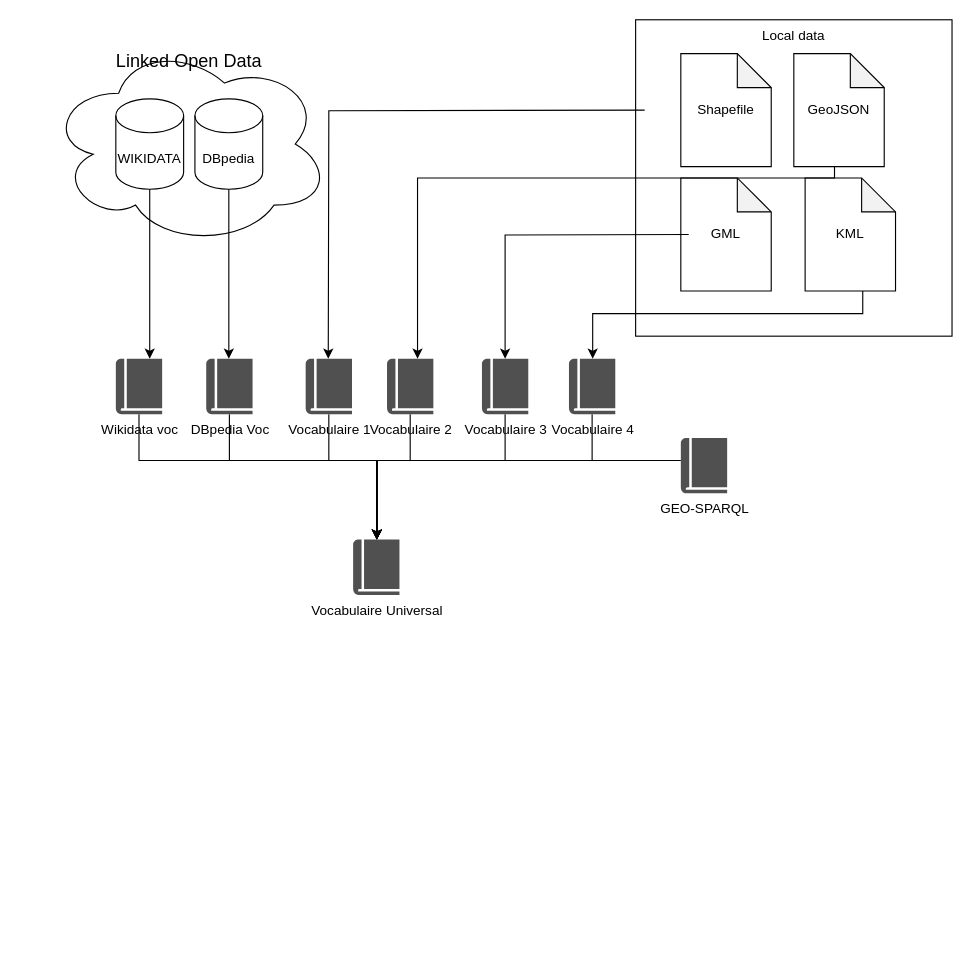
Above: structure.drawio in JJponciano/SpaLod (draw.io), before the change. Source tidied: cells renumbered, new cells numbered last; positions are measured from the earlier drawing's top-left corner, leaving out a move shared by most shapes. Both pictures are drawn from the tidied source at 113%, with x=0, y=0 at pixel (47, 19). Pictures stored in the file or linked from it are replaced by grey dashed boxes.
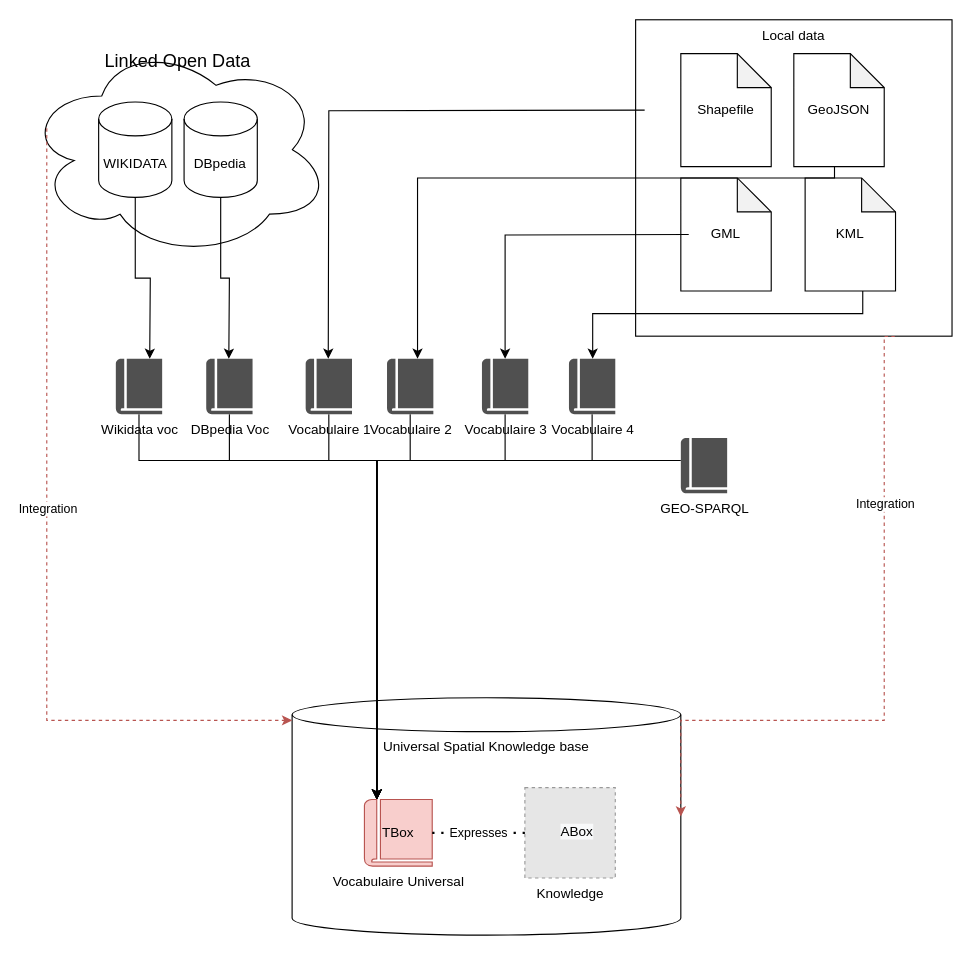
The same page after the edit.

The change refers to these unchanged cells:
```xml
<mxCell id="7" value="Local data" style="whiteSpace=wrap;html=1;verticalAlign=top;" parent="6" vertex="1">
  <mxGeometry width="280" height="280" as="geometry" />
</mxCell>
```

Change to the diagram source:
```diff
@@
+    <mxCell id="33" value="Universal Spatial Knowledge base" style="shape=cylinder3;whiteSpace=wrap;html=1;boundedLbl=1;backgroundOutline=1;size=15;verticalAlign=top;" parent="1" vertex="1">
+      <mxGeometry x="216" y="600" width="344" height="210" as="geometry" />
+    </mxCell>
     <mxCell id="2" style="group;" parent="1" vertex="1">
-      <mxGeometry y="20" width="250" height="180" as="geometry" />
+      <mxGeometry x="-20" y="20" width="270" height="190" as="geometry" />
     </mxCell>
     <mxCell id="3" value="&lt;font style=&quot;font-size: 16px&quot;&gt;Linked Open Data&lt;/font&gt;" style="ellipse;shape=cloud;whiteSpace=wrap;html=1;verticalAlign=top;" parent="2" vertex="1">
-      <mxGeometry width="250" height="180" as="geometry" />
+      <mxGeometry width="270" height="190" as="geometry" />
     </mxCell>
     <mxCell id="4" value="WIKIDATA" style="shape=cylinder3;whiteSpace=wrap;html=1;boundedLbl=1;backgroundOutline=1;size=15;" parent="2" vertex="1">
-      <mxGeometry x="60" y="50" width="60" height="80" as="geometry" />
+      <mxGeometry x="64.8" y="52.8" width="64.8" height="84.4" as="geometry" />
     </mxCell>
     <mxCell id="5" value="DBpedia" style="shape=cylinder3;whiteSpace=wrap;html=1;boundedLbl=1;backgroundOutline=1;size=15;" parent="2" vertex="1">
-      <mxGeometry x="130" y="50" width="60" height="80" as="geometry" />
+      <mxGeometry x="140.4" y="52.8" width="64.8" height="84.4" as="geometry" />
     </mxCell>
@@
+    <mxCell id="34" style="edgeStyle=orthogonalEdgeStyle;rounded=0;jettySize=auto;html=1;dashed=1;fillColor=#f8cecc;strokeColor=#b85450;exitX=0.07;exitY=0.4;exitDx=0;exitDy=0;exitPerimeter=0;" parent="1" edge="1" source="3" target="33">
+      <mxGeometry relative="1" as="geometry">
+        <Array as="points">
+          <mxPoint x="-1" y="620" />
+        </Array>
+      </mxGeometry>
+    </mxCell>
+    <mxCell id="35" value="Integration" style="edgeLabel;html=1;align=center;verticalAlign=middle;" parent="34" vertex="1">
+      <mxGeometry x="-0.2" y="-1" relative="1" as="geometry">
+        <mxPoint x="2" y="40" as="offset" />
+      </mxGeometry>
+    </mxCell>
+    <mxCell id="36" style="edgeStyle=orthogonalEdgeStyle;rounded=0;jettySize=auto;html=1;dashed=1;fillColor=#f8cecc;strokeColor=#b85450;exitX=0.819;exitY=1.001;exitDx=0;exitDy=0;exitPerimeter=0;entryX=1;entryY=0.5;entryDx=0;entryDy=0;entryPerimeter=0;" parent="1" edge="1" source="7" target="33">
+      <mxGeometry relative="1" as="geometry">
+        <Array as="points">
+          <mxPoint x="740" y="280" />
+          <mxPoint x="740" y="620" />
+        </Array>
+      </mxGeometry>
+    </mxCell>
+    <mxCell id="37" value="Integration" style="edgeLabel;html=1;align=center;verticalAlign=middle;" parent="36" vertex="1">
+      <mxGeometry x="-0.6" y="-4" relative="1" as="geometry">
+        <mxPoint x="4" y="35" as="offset" />
+      </mxGeometry>
+    </mxCell>
-    <mxCell id="32" value="Vocabulaire Universal&lt;br&gt;" style="shadow=0;dashed=0;html=1;strokeColor=none;fillColor=#505050;labelPosition=center;verticalLabelPosition=bottom;verticalAlign=top;outlineConnect=0;align=center;shape=mxgraph.office.concepts.book_journal;" parent="1" vertex="1">
-      <mxGeometry x="270" y="460" width="41" height="49" as="geometry" />
+    <mxCell id="32" value="Vocabulaire Universal&lt;br&gt;" style="shadow=0;dashed=0;html=1;strokeColor=#b85450;fillColor=#f8cecc;labelPosition=center;verticalLabelPosition=bottom;verticalAlign=top;outlineConnect=0;align=center;shape=mxgraph.office.concepts.book_journal;" parent="1" vertex="1">
+      <mxGeometry x="280" y="690" width="60" height="59" as="geometry" />
     </mxCell>
+    <mxCell id="38" value="TBox" style="text;html=1;strokeColor=none;fillColor=none;align=center;verticalAlign=middle;whiteSpace=wrap;rounded=0;" parent="1" vertex="1">
+      <mxGeometry x="290" y="709.5" width="40" height="20" as="geometry" />
+    </mxCell>
+    <mxCell id="39" value="Knowledge" style="fillColor=#E6E6E6;strokeColor=#999999;dashed=1;html=1;verticalAlign=top;verticalLabelPosition=bottom;labelBackgroundColor=#ffffff;" parent="1" vertex="1">
+      <mxGeometry x="422" y="679.5" width="80" height="80" as="geometry" />
+    </mxCell>
+    <mxCell id="40" value="&lt;span style=&quot;color: rgb(0 , 0 , 0) ; font-family: &amp;#34;helvetica&amp;#34; ; font-size: 12px ; font-style: normal ; font-weight: 400 ; letter-spacing: normal ; text-align: center ; text-indent: 0px ; text-transform: none ; word-spacing: 0px ; background-color: rgb(248 , 249 , 250) ; display: inline ; float: none&quot;&gt;ABox&lt;/span&gt;" style="text;whiteSpace=wrap;html=1;" parent="1" vertex="1">
+      <mxGeometry x="452" y="704.5" width="50" height="30" as="geometry" />
+    </mxCell>
+    <mxCell id="41" value="Expresses" style="endArrow=none;dashed=1;html=1;dashPattern=1 3;strokeWidth=2;" parent="1" edge="1" source="32" target="39">
+      <mxGeometry relative="1" as="geometry" />
+    </mxCell>
```
